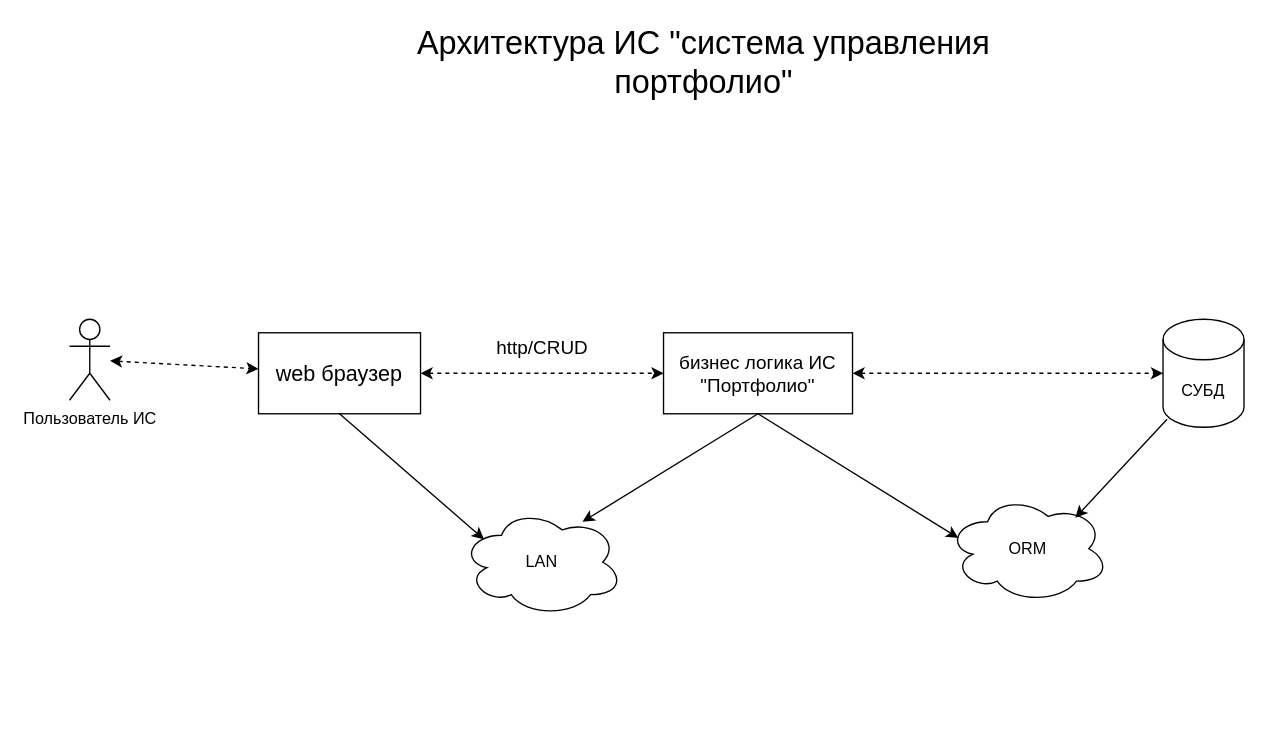
The draw.io diagram page "Page-3" (3 of 3) of Диаграмма классов.drawio in Alexk80/keywords, before the edit. Source tidied: cells renumbered, new cells numbered last; positions are measured from the earlier drawing's top-left corner, leaving out a move shared by most shapes. Both pictures are drawn from the tidied source at 135%, with x=0, y=0 at pixel (69, 49).
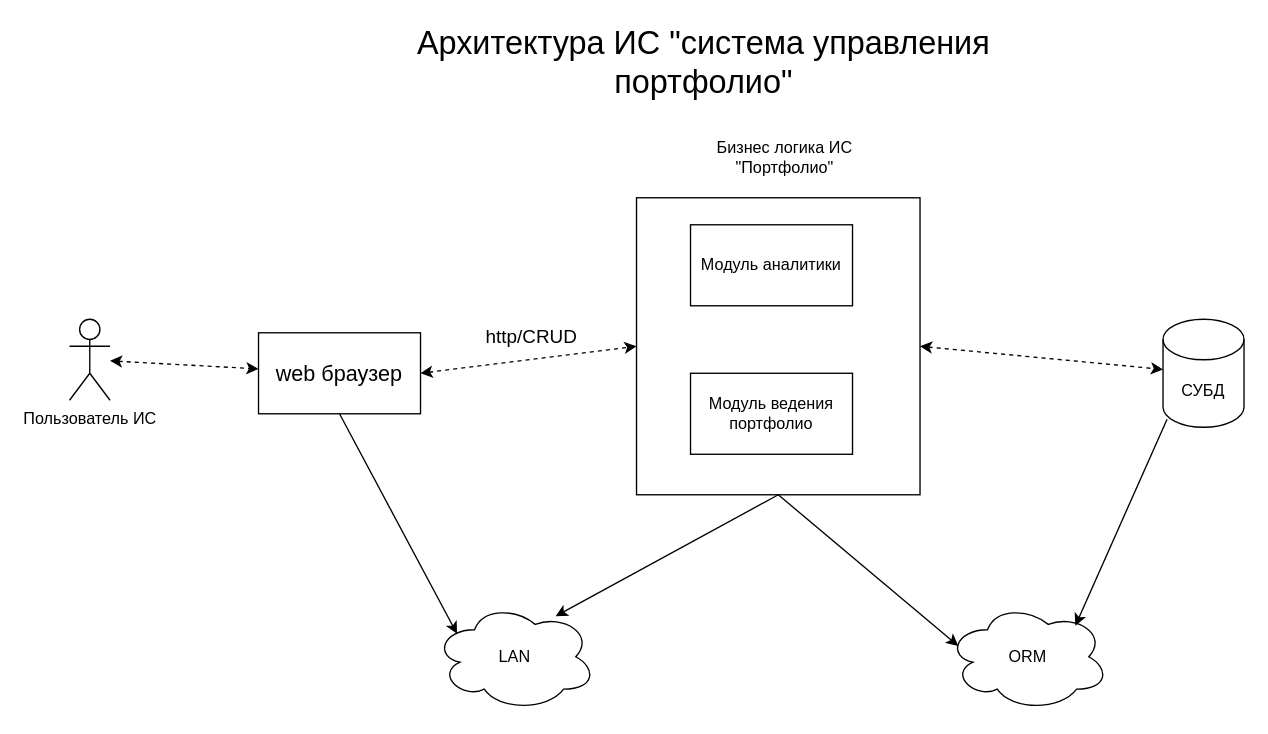
After the change.

Change to the diagram source:
```diff
@@
-    <mxCell id="6" value="&lt;span style=&quot;font-size: 14px&quot;&gt;бизнес логика ИС &quot;Портфолио&quot;&lt;/span&gt;" style="rounded=0;whiteSpace=wrap;html=1;" parent="1" vertex="1">
-      <mxGeometry x="440" y="210" width="140" height="60" as="geometry" />
+    <mxCell id="6" style="rounded=0;whiteSpace=wrap;html=1;" parent="1" vertex="1">
+      <mxGeometry x="420" y="110" width="210" height="220" as="geometry" />
     </mxCell>
@@
     <mxCell id="9" value="LAN" style="ellipse;shape=cloud;whiteSpace=wrap;html=1;" parent="1" vertex="1">
-      <mxGeometry x="290" y="340" width="120" height="80" as="geometry" />
+      <mxGeometry x="270" y="410" width="120" height="80" as="geometry" />
     </mxCell>
@@
     <mxCell id="12" value="ORM" style="ellipse;shape=cloud;whiteSpace=wrap;html=1;" parent="1" vertex="1">
-      <mxGeometry x="650" y="330" width="120" height="80" as="geometry" />
+      <mxGeometry x="650" y="410" width="120" height="80" as="geometry" />
     </mxCell>
@@
+    <mxCell id="17" value="Модуль ведения портфолио" style="rounded=0;whiteSpace=wrap;html=1;" parent="1" vertex="1">
+      <mxGeometry x="460" y="240" width="120" height="60" as="geometry" />
+    </mxCell>
+    <mxCell id="18" value="Модуль аналитики" style="rounded=0;whiteSpace=wrap;html=1;" parent="1" vertex="1">
+      <mxGeometry x="460" y="130" width="120" height="60" as="geometry" />
+    </mxCell>
+    <mxCell id="19" value="Бизнес логика ИС &quot;Портфолио&quot;" style="text;html=1;strokeColor=none;fillColor=none;align=center;verticalAlign=middle;whiteSpace=wrap;rounded=0;" parent="1" vertex="1">
+      <mxGeometry x="470" y="70" width="120" height="20" as="geometry" />
+    </mxCell>
```
